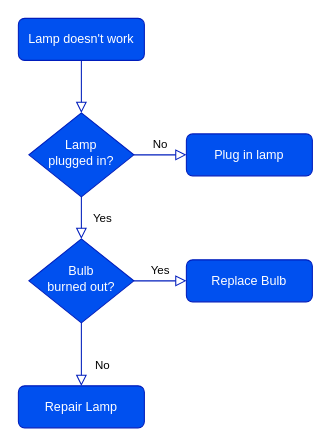
2pc/mydrawio keeps this draw.io diagram as trigger_action.drawio. Above is the earlier version. Source tidied: cells renumbered, new cells numbered last; positions are measured from the earlier drawing's top-left corner, leaving out a move shared by most shapes. Both pictures are drawn from the tidied source at 105%, with x=0, y=0 at pixel (18, 18).
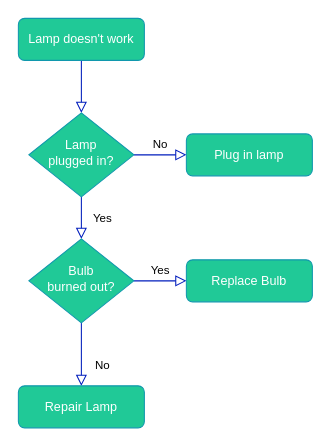
After the change.

Diff of the diagram source:
```diff
@@
 <mxGraphModel>
   <root>
     <mxCell id="0" />
     <mxCell id="1" parent="0" />
     <mxCell id="2" style="rounded=0;html=1;jettySize=auto;fontSize=11;endArrow=block;endFill=0;endSize=8;strokeWidth=1;shadow=0;labelBackgroundColor=none;edgeStyle=orthogonalEdgeStyle;fillColor=#0050ef;strokeColor=#001DBC;" parent="1" edge="1" source="3" target="6">
       <mxGeometry relative="1" as="geometry" />
     </mxCell>
-    <mxCell id="3" value="Lamp doesn't work" style="rounded=1;whiteSpace=wrap;html=1;fontSize=12;glass=0;strokeWidth=1;shadow=0;fillColor=#0050ef;strokeColor=#001DBC;fontColor=#ffffff;" parent="1" vertex="1">
+    <mxCell id="3" value="Lamp doesn't work" style="rounded=1;whiteSpace=wrap;html=1;fontSize=12;glass=0;strokeWidth=1;shadow=0;fillColor=#20C997;strokeColor=#1098AD;fontColor=#ffffff;" parent="1" vertex="1">
       <mxGeometry width="120" height="40" as="geometry" />
     </mxCell>
     <mxCell id="4" value="Yes" style="rounded=0;html=1;jettySize=auto;fontSize=11;endArrow=block;endFill=0;endSize=8;strokeWidth=1;shadow=0;labelBackgroundColor=none;edgeStyle=orthogonalEdgeStyle;fillColor=#0050ef;strokeColor=#001DBC;" parent="1" edge="1" source="6" target="10">
       <mxGeometry y="20" relative="1" as="geometry" />
     </mxCell>
     <mxCell id="5" value="No" style="edgeStyle=orthogonalEdgeStyle;rounded=0;html=1;jettySize=auto;fontSize=11;endArrow=block;endFill=0;endSize=8;strokeWidth=1;shadow=0;labelBackgroundColor=none;fillColor=#0050ef;strokeColor=#001DBC;" parent="1" edge="1" source="6" target="7">
       <mxGeometry y="10" relative="1" as="geometry" />
     </mxCell>
-    <mxCell id="6" value="Lamp&lt;br&gt;plugged in?" style="rhombus;whiteSpace=wrap;html=1;shadow=0;fontFamily=Helvetica;fontSize=12;align=center;strokeWidth=1;spacing=6;spacingTop=-4;fillColor=#0050ef;strokeColor=#001DBC;fontColor=#ffffff;" parent="1" vertex="1">
+    <mxCell id="6" value="Lamp&lt;br&gt;plugged in?" style="rhombus;whiteSpace=wrap;html=1;shadow=0;fontFamily=Helvetica;fontSize=12;align=center;strokeWidth=1;spacing=6;spacingTop=-4;fillColor=#20C997;strokeColor=#1098AD;fontColor=#ffffff;" parent="1" vertex="1">
       <mxGeometry x="10" y="90" width="100" height="80" as="geometry" />
     </mxCell>
-    <mxCell id="7" value="Plug in lamp" style="rounded=1;whiteSpace=wrap;html=1;fontSize=12;glass=0;strokeWidth=1;shadow=0;fillColor=#0050ef;strokeColor=#001DBC;fontColor=#ffffff;" parent="1" vertex="1">
+    <mxCell id="7" value="Plug in lamp" style="rounded=1;whiteSpace=wrap;html=1;fontSize=12;glass=0;strokeWidth=1;shadow=0;fillColor=#20C997;strokeColor=#1098AD;fontColor=#ffffff;" parent="1" vertex="1">
       <mxGeometry x="160" y="110" width="120" height="40" as="geometry" />
     </mxCell>
     <mxCell id="8" value="No" style="rounded=0;html=1;jettySize=auto;fontSize=11;endArrow=block;endFill=0;endSize=8;strokeWidth=1;shadow=0;labelBackgroundColor=none;edgeStyle=orthogonalEdgeStyle;fillColor=#0050ef;strokeColor=#001DBC;" parent="1" edge="1" source="10" target="11">
       <mxGeometry x="0.33" y="20" relative="1" as="geometry" />
     </mxCell>
     <mxCell id="9" value="Yes" style="edgeStyle=orthogonalEdgeStyle;rounded=0;html=1;jettySize=auto;fontSize=11;endArrow=block;endFill=0;endSize=8;strokeWidth=1;shadow=0;labelBackgroundColor=none;fillColor=#0050ef;strokeColor=#001DBC;" parent="1" edge="1" source="10" target="12">
       <mxGeometry y="10" relative="1" as="geometry" />
     </mxCell>
-    <mxCell id="10" value="Bulb&lt;br&gt;burned out?" style="rhombus;whiteSpace=wrap;html=1;shadow=0;fontFamily=Helvetica;fontSize=12;align=center;strokeWidth=1;spacing=6;spacingTop=-4;fillColor=#0050ef;strokeColor=#001DBC;fontColor=#ffffff;" parent="1" vertex="1">
+    <mxCell id="10" value="Bulb&lt;br&gt;burned out?" style="rhombus;whiteSpace=wrap;html=1;shadow=0;fontFamily=Helvetica;fontSize=12;align=center;strokeWidth=1;spacing=6;spacingTop=-4;fillColor=#20C997;strokeColor=#1098AD;fontColor=#ffffff;" parent="1" vertex="1">
       <mxGeometry x="10" y="210" width="100" height="80" as="geometry" />
     </mxCell>
-    <mxCell id="11" value="Repair Lamp" style="rounded=1;whiteSpace=wrap;html=1;fontSize=12;glass=0;strokeWidth=1;shadow=0;fillColor=#0050ef;strokeColor=#001DBC;fontColor=#ffffff;" parent="1" vertex="1">
+    <mxCell id="11" value="Repair Lamp" style="rounded=1;whiteSpace=wrap;html=1;fontSize=12;glass=0;strokeWidth=1;shadow=0;fillColor=#20C997;strokeColor=#1098AD;fontColor=#ffffff;" parent="1" vertex="1">
       <mxGeometry y="350" width="120" height="40" as="geometry" />
     </mxCell>
-    <mxCell id="12" value="Replace Bulb" style="rounded=1;whiteSpace=wrap;html=1;fontSize=12;glass=0;strokeWidth=1;shadow=0;fillColor=#0050ef;strokeColor=#001DBC;fontColor=#ffffff;" parent="1" vertex="1">
+    <mxCell id="12" value="Replace Bulb" style="rounded=1;whiteSpace=wrap;html=1;fontSize=12;glass=0;strokeWidth=1;shadow=0;fillColor=#20C997;strokeColor=#1098AD;fontColor=#ffffff;" parent="1" vertex="1">
       <mxGeometry x="160" y="230" width="120" height="40" as="geometry" />
     </mxCell>
   </root>
 </mxGraphModel>
```
